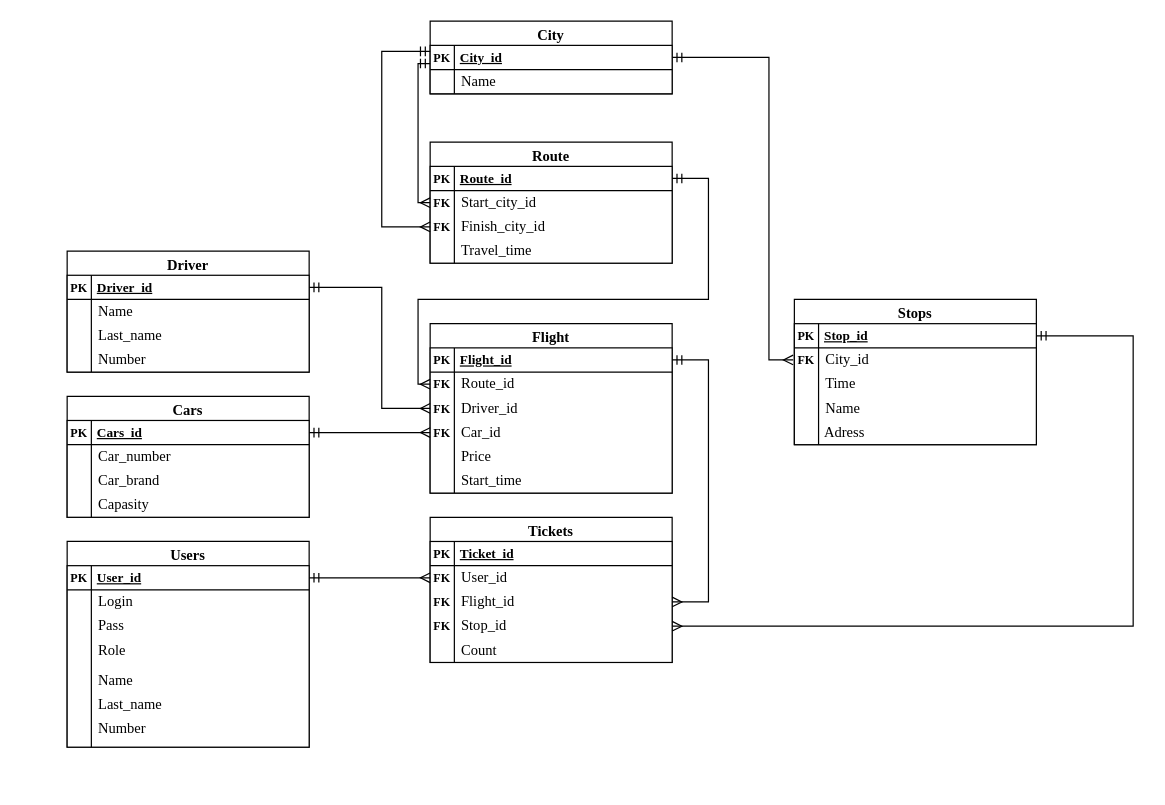
taofi/6sem_course keeps this draw.io diagram as bd.drawio. Above is the earlier version. Source tidied: cells renumbered, new cells numbered last; positions are measured from the earlier drawing's top-left corner, leaving out a move shared by most shapes. Both pictures are drawn from the tidied source at 121%, with x=0, y=0 at pixel (67, 21).
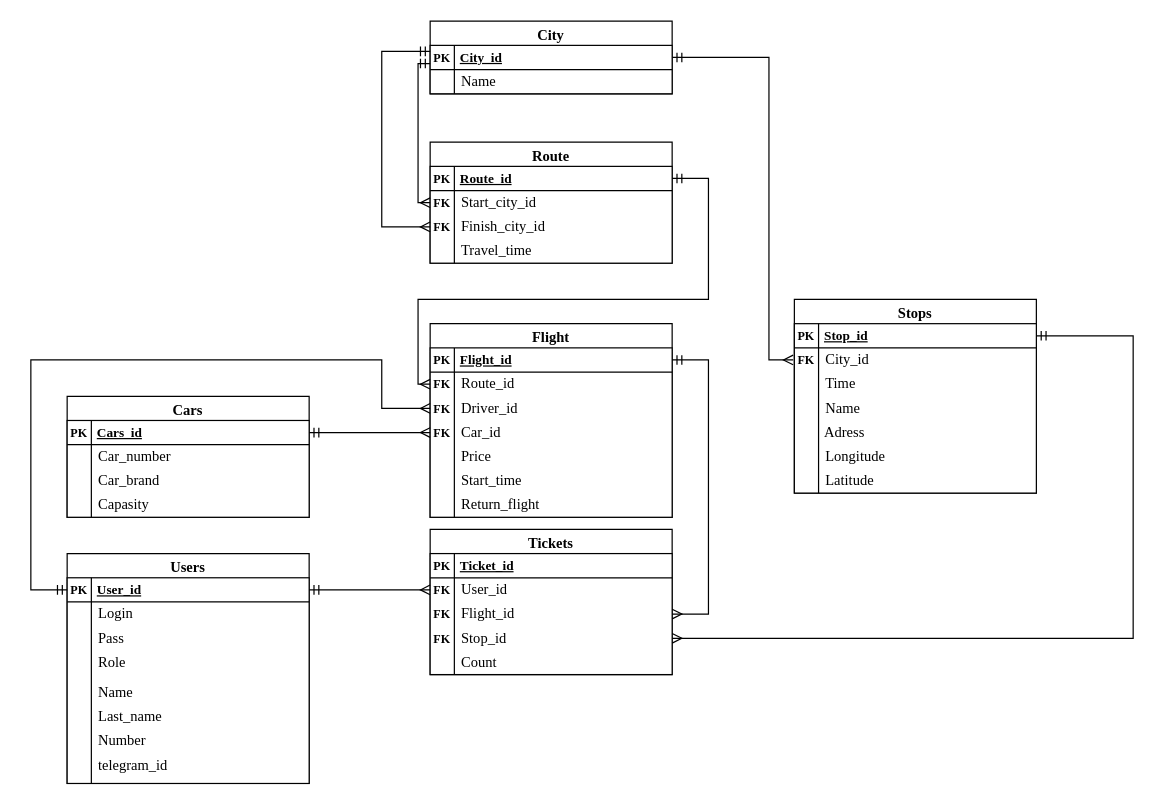
The same diagram, later.

The change refers to these unchanged cells:
```xml
<mxCell id="4" value="&lt;font style=&quot;&quot; size=&quot;1&quot;&gt;&lt;b style=&quot;&quot;&gt;PK&lt;/b&gt;&lt;/font&gt;" style="text;html=1;align=center;verticalAlign=middle;whiteSpace=wrap;rounded=0;fontFamily=Times New Roman;" parent="2" vertex="1">
  <mxGeometry y="20" width="20" height="20" as="geometry" />
</mxCell>
<mxCell id="67" value="Stop_id" style="text;html=1;align=left;verticalAlign=middle;whiteSpace=wrap;rounded=0;spacingLeft=4;fontFamily=Times New Roman;" parent="62" vertex="1">
  <mxGeometry x="20" y="80" width="180" height="20" as="geometry" />
</mxCell>
<mxCell id="68" value="&lt;font style=&quot;&quot; size=&quot;1&quot;&gt;&lt;b style=&quot;&quot;&gt;FK&lt;/b&gt;&lt;/font&gt;" style="text;html=1;align=center;verticalAlign=middle;whiteSpace=wrap;rounded=0;fontFamily=Times New Roman;" parent="62" vertex="1">
  <mxGeometry y="40" width="20" height="20" as="geometry" />
</mxCell>
<mxCell id="72" value="Flight_id" style="text;html=1;align=left;verticalAlign=middle;whiteSpace=wrap;rounded=0;spacingLeft=4;fontFamily=Times New Roman;" parent="62" vertex="1">
  <mxGeometry x="20" y="60" width="180" height="20" as="geometry" />
</mxCell>
```

The edit, as a diff of the source:
```diff
@@
     <mxCell id="2" value="Users" style="swimlane;whiteSpace=wrap;html=1;fontSize=12;fontFamily=Times New Roman;" parent="1" vertex="1">
-      <mxGeometry y="430" width="200" height="170" as="geometry" />
+      <mxGeometry y="440" width="200" height="190" as="geometry" />
     </mxCell>
     <mxCell id="3" style="shape=internalStorage;whiteSpace=wrap;html=1;backgroundOutline=1;fontFamily=Times New Roman;" parent="2" vertex="1">
-      <mxGeometry y="20" width="200" height="150" as="geometry" />
+      <mxGeometry y="20" width="200" height="170" as="geometry" />
     </mxCell>
@@
+    <mxCell id="81" value="telegram_id" style="text;html=1;align=left;verticalAlign=middle;whiteSpace=wrap;rounded=0;spacingLeft=4;fontFamily=Times New Roman;" parent="2" vertex="1">
+      <mxGeometry x="20" y="165" width="180" height="20" as="geometry" />
+    </mxCell>
@@
-    <mxCell id="20" value="Driver" style="swimlane;whiteSpace=wrap;html=1;fontSize=12;fontFamily=Times New Roman;" parent="1" vertex="1">
-      <mxGeometry y="190" width="200" height="100" as="geometry" />
-    </mxCell>
-    <mxCell id="21" style="shape=internalStorage;whiteSpace=wrap;html=1;backgroundOutline=1;fontFamily=Times New Roman;" parent="20" vertex="1">
-      <mxGeometry y="20" width="200" height="80" as="geometry" />
-    </mxCell>
-    <mxCell id="22" value="&lt;font style=&quot;&quot; size=&quot;1&quot;&gt;&lt;b style=&quot;&quot;&gt;PK&lt;/b&gt;&lt;/font&gt;" style="text;html=1;align=center;verticalAlign=middle;whiteSpace=wrap;rounded=0;fontFamily=Times New Roman;" parent="20" vertex="1">
-      <mxGeometry y="20" width="20" height="20" as="geometry" />
-    </mxCell>
-    <mxCell id="23" value="&lt;u&gt;&lt;b&gt;Driver_id&lt;/b&gt;&lt;/u&gt;" style="text;html=1;align=left;verticalAlign=middle;whiteSpace=wrap;rounded=0;fontSize=11;spacingLeft=3;fontFamily=Times New Roman;" parent="20" vertex="1">
-      <mxGeometry x="20" y="20" width="180" height="20" as="geometry" />
-    </mxCell>
-    <mxCell id="24" value="Name" style="text;html=1;align=left;verticalAlign=middle;whiteSpace=wrap;rounded=0;spacingLeft=4;fontFamily=Times New Roman;" parent="20" vertex="1">
-      <mxGeometry x="20" y="40" width="180" height="20" as="geometry" />
-    </mxCell>
-    <mxCell id="25" value="Last_name" style="text;html=1;align=left;verticalAlign=middle;whiteSpace=wrap;rounded=0;spacingLeft=4;fontFamily=Times New Roman;" parent="20" vertex="1">
-      <mxGeometry x="20" y="60" width="180" height="20" as="geometry" />
-    </mxCell>
-    <mxCell id="26" value="Number" style="text;html=1;align=left;verticalAlign=middle;whiteSpace=wrap;rounded=0;spacingLeft=4;fontFamily=Times New Roman;" parent="20" vertex="1">
-      <mxGeometry x="20" y="80" width="180" height="20" as="geometry" />
-    </mxCell>
@@
     <mxCell id="41" value="Stops" style="swimlane;whiteSpace=wrap;html=1;fontSize=12;fontFamily=Times New Roman;" parent="1" vertex="1">
-      <mxGeometry x="601" y="230" width="200" height="120" as="geometry" />
+      <mxGeometry x="601" y="230" width="200" height="160" as="geometry" />
     </mxCell>
     <mxCell id="42" style="shape=internalStorage;whiteSpace=wrap;html=1;backgroundOutline=1;fontFamily=Times New Roman;" parent="41" vertex="1">
-      <mxGeometry y="20" width="200" height="100" as="geometry" />
+      <mxGeometry y="20" width="200" height="140" as="geometry" />
     </mxCell>
@@
+    <mxCell id="82" value="Longitude" style="text;html=1;align=left;verticalAlign=middle;whiteSpace=wrap;rounded=0;spacingLeft=4;fontFamily=Times New Roman;" parent="41" vertex="1">
+      <mxGeometry x="20" y="120" width="180" height="20" as="geometry" />
+    </mxCell>
+    <mxCell id="83" value="Latitude" style="text;html=1;align=left;verticalAlign=middle;whiteSpace=wrap;rounded=0;spacingLeft=4;fontFamily=Times New Roman;" parent="41" vertex="1">
+      <mxGeometry x="20" y="140" width="180" height="20" as="geometry" />
+    </mxCell>
     <mxCell id="50" value="Flight" style="swimlane;whiteSpace=wrap;html=1;fontSize=12;fontFamily=Times New Roman;" parent="1" vertex="1">
-      <mxGeometry x="300" y="250" width="200" height="140" as="geometry" />
+      <mxGeometry x="300" y="250" width="200" height="160" as="geometry" />
     </mxCell>
     <mxCell id="51" style="shape=internalStorage;whiteSpace=wrap;html=1;backgroundOutline=1;fontFamily=Times New Roman;" parent="50" vertex="1">
-      <mxGeometry y="20" width="200" height="120" as="geometry" />
+      <mxGeometry y="20" width="200" height="140" as="geometry" />
     </mxCell>
@@
+    <mxCell id="84" value="Return_flight" style="text;html=1;align=left;verticalAlign=middle;whiteSpace=wrap;rounded=0;spacingLeft=4;fontFamily=Times New Roman;" parent="50" vertex="1">
+      <mxGeometry x="20" y="140" width="180" height="20" as="geometry" />
+    </mxCell>
     <mxCell id="62" value="Tickets" style="swimlane;whiteSpace=wrap;html=1;fontSize=12;fontFamily=Times New Roman;" parent="1" vertex="1">
-      <mxGeometry x="300" y="410" width="200" height="120" as="geometry" />
+      <mxGeometry x="300" y="420" width="200" height="120" as="geometry" />
     </mxCell>
@@
     <mxCell id="76" style="endArrow=ERmandOne;html=1;rounded=0;edgeStyle=orthogonalEdgeStyle;endFill=0;startArrow=ERmany;startFill=0;entryX=1;entryY=0.5;entryDx=0;entryDy=0;exitX=1;exitY=0.5;exitDx=0;exitDy=0;fontFamily=Times New Roman;" parent="1" edge="1" source="67">
       <mxGeometry relative="1" as="geometry">
         <mxPoint x="801" y="260" as="targetPoint" />
         <Array as="points">
-          <mxPoint x="881" y="500" />
+          <mxPoint x="881" y="510" />
           <mxPoint x="881" y="260" />
         </Array>
       </mxGeometry>
     </mxCell>
-    <mxCell id="77" style="endArrow=ERmandOne;html=1;rounded=0;edgeStyle=orthogonalEdgeStyle;endFill=0;startArrow=ERmany;startFill=0;entryX=1;entryY=0.5;entryDx=0;entryDy=0;fontFamily=Times New Roman;" parent="1" edge="1" target="23">
+    <mxCell id="77" style="endArrow=ERmandOne;html=1;rounded=0;edgeStyle=orthogonalEdgeStyle;endFill=0;startArrow=ERmany;startFill=0;fontFamily=Times New Roman;entryX=0;entryY=0.5;entryDx=0;entryDy=0;" parent="1" edge="1" target="4">
       <mxGeometry relative="1" as="geometry">
         <mxPoint x="300" y="320" as="sourcePoint" />
         <Array as="points">
           <mxPoint x="260" y="320" />
-          <mxPoint x="260" y="220" />
+          <mxPoint x="260" y="280" />
+          <mxPoint x="-30" y="280" />
+          <mxPoint x="-30" y="470" />
         </Array>
       </mxGeometry>
     </mxCell>
@@
-    <mxCell id="79" style="endArrow=ERmandOne;html=1;rounded=0;edgeStyle=orthogonalEdgeStyle;endFill=0;startArrow=ERmany;startFill=0;entryX=1;entryY=0.5;entryDx=0;entryDy=0;fontFamily=Times New Roman;" parent="1" edge="1">
+    <mxCell id="79" style="endArrow=ERmandOne;html=1;rounded=0;edgeStyle=orthogonalEdgeStyle;endFill=0;startArrow=ERmany;startFill=0;fontFamily=Times New Roman;exitX=0;exitY=0.5;exitDx=0;exitDy=0;" parent="1" edge="1" source="68">
       <mxGeometry relative="1" as="geometry">
-        <mxPoint x="300" y="460" as="sourcePoint" />
-        <mxPoint x="200" y="460" as="targetPoint" />
+        <mxPoint x="200" y="470" as="targetPoint" />
         <Array as="points">
-          <mxPoint x="240" y="460" />
-          <mxPoint x="240" y="460" />
+          <mxPoint x="200" y="470" />
         </Array>
       </mxGeometry>
     </mxCell>
     <mxCell id="80" style="endArrow=ERmandOne;html=1;rounded=0;edgeStyle=orthogonalEdgeStyle;endFill=0;startArrow=ERmany;startFill=0;entryX=1;entryY=0.5;entryDx=0;entryDy=0;exitX=1;exitY=0.5;exitDx=0;exitDy=0;fontFamily=Times New Roman;" parent="1" edge="1" source="72">
       <mxGeometry relative="1" as="geometry">
         <mxPoint x="500" y="280" as="targetPoint" />
         <Array as="points">
-          <mxPoint x="530" y="480" />
+          <mxPoint x="530" y="490" />
           <mxPoint x="530" y="280" />
         </Array>
       </mxGeometry>
     </mxCell>
```
